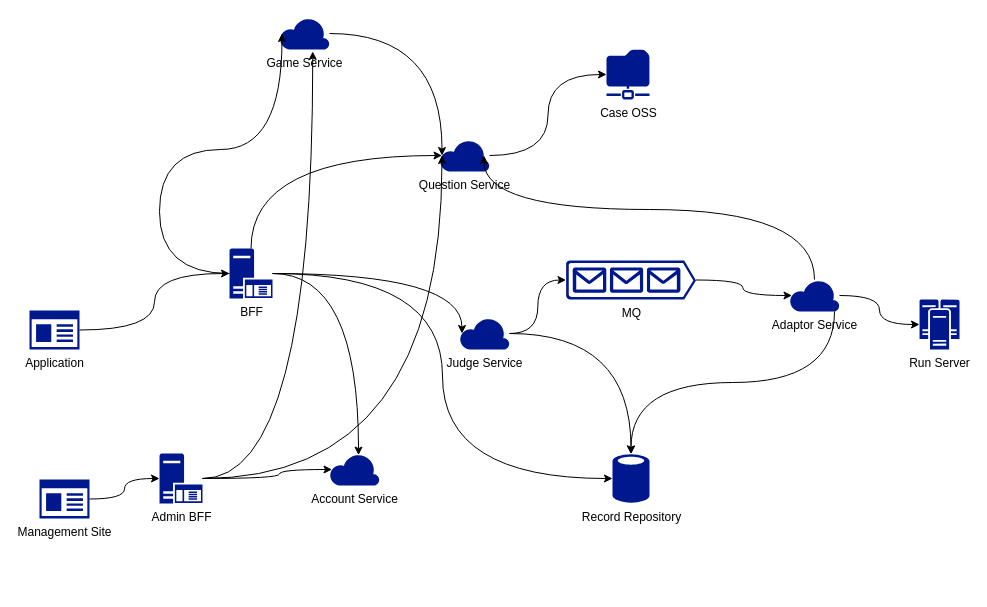
Before: map/oj-architecture.drawio in msqtt/Sources, a draw.io diagram. Source tidied: cells renumbered, new cells numbered last; positions are measured from the earlier drawing's top-left corner, leaving out a move shared by most shapes. Both pictures are drawn from the tidied source at 100%, with x=0, y=0 at pixel (29, 17).
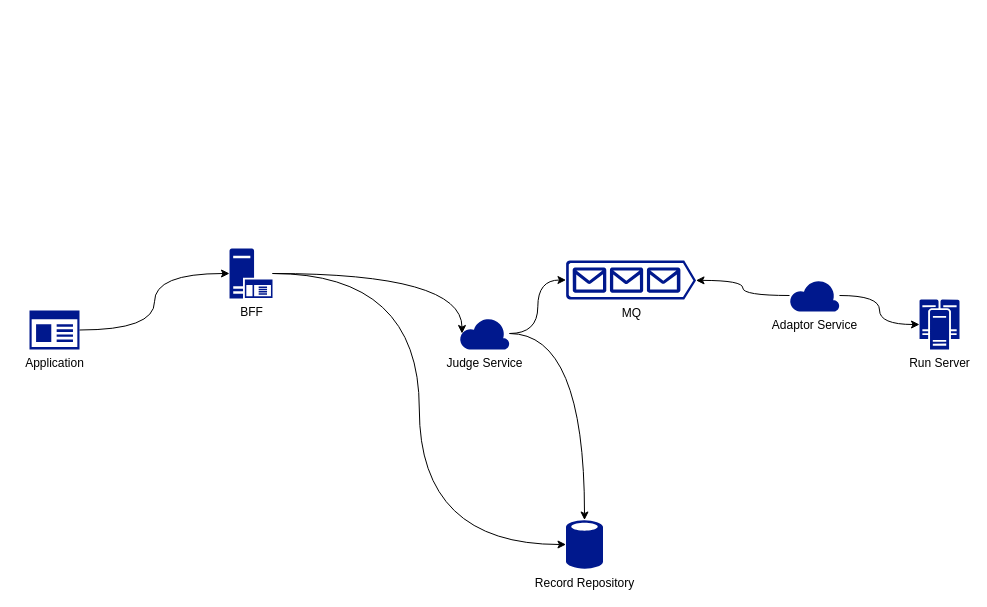
After the change.

Unchanged cells that the change refers to:
```xml
<mxCell id="3" value="BFF" style="sketch=0;shadow=0;dashed=0;html=1;strokeColor=none;labelPosition=center;verticalLabelPosition=bottom;verticalAlign=top;align=center;fillColor=#00188D;shape=mxgraph.mscae.enterprise.application_server;" parent="1" vertex="1">
  <mxGeometry x="200" y="231" width="43" height="50" as="geometry" />
</mxCell>
<mxCell id="5" value="Adaptor Service" style="sketch=0;shadow=0;dashed=0;html=1;strokeColor=none;labelPosition=center;verticalLabelPosition=bottom;verticalAlign=top;align=center;fillColor=#00188D;shape=mxgraph.azure.cloud;" parent="1" vertex="1">
  <mxGeometry x="760" y="262" width="50" height="32" as="geometry" />
</mxCell>
<mxCell id="9" value="MQ" style="sketch=0;shadow=0;dashed=0;html=1;strokeColor=none;labelPosition=center;verticalLabelPosition=bottom;verticalAlign=top;align=center;fillColor=#00188D;shape=mxgraph.azure.queue_generic;" parent="1" vertex="1">
  <mxGeometry x="536.5" y="243" width="130" height="39" as="geometry" />
</mxCell>
```

The edit, as a diff of the source:
```diff
@@
-    <mxCell id="12" style="edgeStyle=orthogonalEdgeStyle;rounded=0;jettySize=auto;html=1;entryX=0.5;entryY=0.01;entryDx=0;entryDy=0;entryPerimeter=0;curved=1;exitX=0.9;exitY=1;exitDx=0;exitDy=0;exitPerimeter=0;" parent="1" edge="1" source="5" target="13">
-      <mxGeometry relative="1" as="geometry" />
-    </mxCell>
     <mxCell id="13" value="Record Repository" style="sketch=0;shadow=0;dashed=0;html=1;strokeColor=none;labelPosition=center;verticalLabelPosition=bottom;verticalAlign=top;align=center;fillColor=#00188D;shape=mxgraph.mscae.enterprise.database_generic;" parent="1" vertex="1">
-      <mxGeometry x="583" y="436" width="37" height="50" as="geometry" />
+      <mxGeometry x="536.5" y="502" width="37" height="50" as="geometry" />
     </mxCell>
-    <mxCell id="14" style="edgeStyle=orthogonalEdgeStyle;rounded=0;jettySize=auto;html=1;entryX=0.05;entryY=0.5;entryDx=0;entryDy=0;entryPerimeter=0;curved=1;" parent="1" edge="1" source="9" target="5">
-      <mxGeometry relative="1" as="geometry" />
-    </mxCell>
-    <mxCell id="15" value="Case OSS" style="sketch=0;shadow=0;dashed=0;html=1;strokeColor=none;labelPosition=center;verticalLabelPosition=bottom;verticalAlign=top;align=center;fillColor=#00188D;shape=mxgraph.mscae.enterprise.shared_folder;" parent="1" vertex="1">
-      <mxGeometry x="577" y="32" width="43" height="50" as="geometry" />
-    </mxCell>
-    <mxCell id="16" value="Question Service" style="sketch=0;shadow=0;dashed=0;html=1;strokeColor=none;labelPosition=center;verticalLabelPosition=bottom;verticalAlign=top;align=center;fillColor=#00188D;shape=mxgraph.azure.cloud;" parent="1" vertex="1">
-      <mxGeometry x="410" y="122" width="50" height="32" as="geometry" />
-    </mxCell>
-    <mxCell id="17" style="edgeStyle=orthogonalEdgeStyle;rounded=0;jettySize=auto;html=1;entryX=0;entryY=0.5;entryDx=0;entryDy=0;entryPerimeter=0;curved=1;" parent="1" edge="1" source="16" target="15">
-      <mxGeometry relative="1" as="geometry" />
-    </mxCell>
@@
-    <mxCell id="20" style="edgeStyle=orthogonalEdgeStyle;rounded=0;jettySize=auto;html=1;entryX=0.05;entryY=0.5;entryDx=0;entryDy=0;entryPerimeter=0;curved=1;" parent="1" edge="1" source="3" target="16">
-      <mxGeometry relative="1" as="geometry">
-        <Array as="points">
-          <mxPoint x="222" y="138" />
-        </Array>
-      </mxGeometry>
-    </mxCell>
-    <mxCell id="21" style="edgeStyle=orthogonalEdgeStyle;rounded=0;jettySize=auto;html=1;entryX=0.89;entryY=0.5;entryDx=0;entryDy=0;entryPerimeter=0;curved=1;" parent="1" edge="1" source="5" target="16">
-      <mxGeometry relative="1" as="geometry">
-        <Array as="points">
-          <mxPoint x="785" y="192" />
-          <mxPoint x="454" y="192" />
-        </Array>
-      </mxGeometry>
-    </mxCell>
-    <mxCell id="22" value="Account Service" style="sketch=0;shadow=0;dashed=0;html=1;strokeColor=none;labelPosition=center;verticalLabelPosition=bottom;verticalAlign=top;align=center;fillColor=#00188D;shape=mxgraph.azure.cloud;" parent="1" vertex="1">
-      <mxGeometry x="300" y="436" width="50" height="32" as="geometry" />
-    </mxCell>
-    <mxCell id="23" style="edgeStyle=orthogonalEdgeStyle;rounded=0;jettySize=auto;html=1;entryX=0.58;entryY=0.05;entryDx=0;entryDy=0;entryPerimeter=0;curved=1;" parent="1" edge="1" source="3" target="22">
-      <mxGeometry relative="1" as="geometry" />
-    </mxCell>
-    <mxCell id="24" value="Game Service" style="sketch=0;shadow=0;dashed=0;html=1;strokeColor=none;labelPosition=center;verticalLabelPosition=bottom;verticalAlign=top;align=center;fillColor=#00188D;shape=mxgraph.azure.cloud;" parent="1" vertex="1">
-      <mxGeometry x="250" width="50" height="32" as="geometry" />
-    </mxCell>
-    <mxCell id="25" style="edgeStyle=orthogonalEdgeStyle;rounded=0;jettySize=auto;html=1;entryX=0.05;entryY=0.5;entryDx=0;entryDy=0;entryPerimeter=0;curved=1;" parent="1" edge="1" source="24" target="16">
-      <mxGeometry relative="1" as="geometry" />
-    </mxCell>
-    <mxCell id="26" style="edgeStyle=orthogonalEdgeStyle;rounded=0;jettySize=auto;html=1;entryX=0.05;entryY=0.5;entryDx=0;entryDy=0;entryPerimeter=0;curved=1;" parent="1" edge="1" source="3" target="24">
-      <mxGeometry relative="1" as="geometry">
-        <Array as="points">
-          <mxPoint x="130" y="256" />
-          <mxPoint x="130" y="132" />
-          <mxPoint x="252" y="132" />
-        </Array>
-      </mxGeometry>
-    </mxCell>
-    <mxCell id="27" value="Admin BFF" style="sketch=0;shadow=0;dashed=0;html=1;strokeColor=none;labelPosition=center;verticalLabelPosition=bottom;verticalAlign=top;align=center;fillColor=#00188D;shape=mxgraph.mscae.enterprise.application_server;" parent="1" vertex="1">
-      <mxGeometry x="130" y="436" width="43" height="50" as="geometry" />
-    </mxCell>
-    <mxCell id="28" style="edgeStyle=orthogonalEdgeStyle;rounded=0;jettySize=auto;html=1;entryX=0.05;entryY=0.5;entryDx=0;entryDy=0;entryPerimeter=0;curved=1;" parent="1" edge="1" source="27" target="16">
-      <mxGeometry relative="1" as="geometry">
-        <Array as="points">
-          <mxPoint x="412" y="461" />
-        </Array>
-      </mxGeometry>
-    </mxCell>
-    <mxCell id="29" style="edgeStyle=orthogonalEdgeStyle;rounded=0;jettySize=auto;html=1;entryX=0.665;entryY=1.062;entryDx=0;entryDy=0;entryPerimeter=0;curved=1;" parent="1" edge="1" source="27" target="24">
-      <mxGeometry relative="1" as="geometry" />
-    </mxCell>
-    <mxCell id="30" style="edgeStyle=orthogonalEdgeStyle;rounded=0;jettySize=auto;html=1;entryX=0.05;entryY=0.5;entryDx=0;entryDy=0;entryPerimeter=0;curved=1;" parent="1" edge="1" source="27" target="22">
-      <mxGeometry relative="1" as="geometry">
-        <Array as="points">
-          <mxPoint x="250" y="461" />
-          <mxPoint x="250" y="452" />
-        </Array>
-      </mxGeometry>
-    </mxCell>
-    <mxCell id="31" value="Management Site" style="sketch=0;shadow=0;dashed=0;html=1;strokeColor=none;labelPosition=center;verticalLabelPosition=bottom;verticalAlign=top;align=center;fillColor=#00188D;shape=mxgraph.mscae.enterprise.app_generic;" parent="1" vertex="1">
-      <mxGeometry x="10" y="462" width="50" height="39" as="geometry" />
-    </mxCell>
-    <mxCell id="32" style="edgeStyle=orthogonalEdgeStyle;rounded=0;jettySize=auto;html=1;entryX=0;entryY=0.5;entryDx=0;entryDy=0;entryPerimeter=0;curved=1;" parent="1" edge="1" source="31" target="27">
-      <mxGeometry relative="1" as="geometry" />
-    </mxCell>
+    <mxCell id="33" style="edgeStyle=orthogonalEdgeStyle;rounded=0;jettySize=auto;html=1;entryX=1;entryY=0.51;entryDx=0;entryDy=0;entryPerimeter=0;curved=1;" parent="1" edge="1" source="5" target="9">
+      <mxGeometry relative="1" as="geometry" />
+    </mxCell>
```
